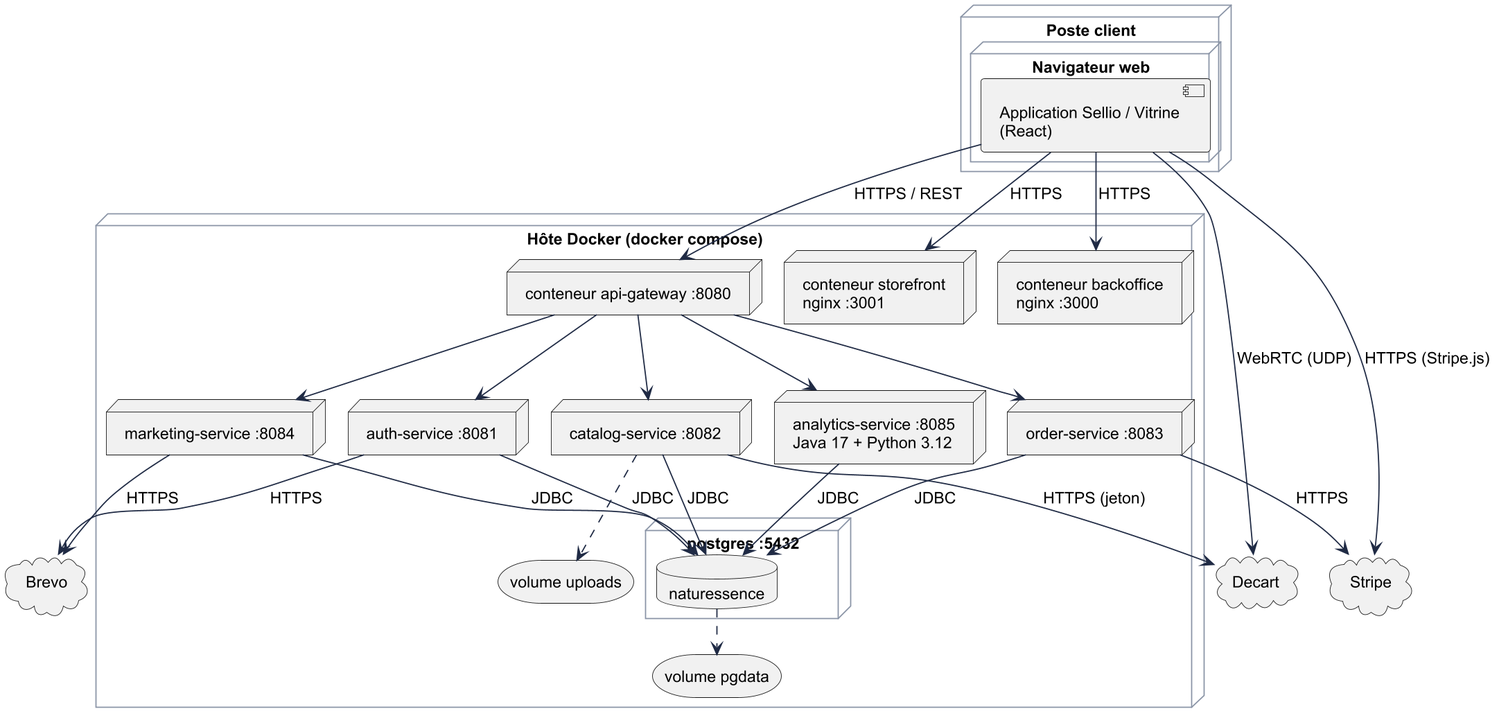
Before: Rapport_rania/Image/architecture_physique.png, a diagram exported from PlantUML (raniakhedri/Stage-PFE). The source it was exported from:
```plantuml
@startuml architecture_physique
!include style.iuml
node "Poste client" {
  node "Navigateur web" {
    [Application Sellio / Vitrine\n(React)] as B
  }
}
node "Hôte Docker (docker compose)" {
  node "conteneur storefront\nnginx :3001" as SF
  node "conteneur backoffice\nnginx :3000" as BO
  node "conteneur api-gateway :8080" as GW
  node "auth-service :8081" as A
  node "catalog-service :8082" as C
  node "order-service :8083" as O
  node "marketing-service :8084" as M
  node "analytics-service :8085\nJava 17 + Python 3.12" as AN
  node "postgres :5432" as PG {
    database "naturessence" as DB
  }
  storage "volume pgdata" as V1
  storage "volume uploads" as V2
}
cloud "Stripe" as ST
cloud "Decart" as DC
cloud "Brevo" as BR
B --> SF : HTTPS
B --> BO : HTTPS
B --> GW : HTTPS / REST
B --> ST : HTTPS (Stripe.js)
B --> DC : WebRTC (UDP)
GW --> A
GW --> C
GW --> O
GW --> M
GW --> AN
A --> DB : JDBC
C --> DB : JDBC
O --> DB : JDBC
M --> DB : JDBC
AN --> DB : JDBC
DB ..> V1
C ..> V2
O --> ST : HTTPS
C --> DC : HTTPS (jeton)
A --> BR : HTTPS
M --> BR : HTTPS
@enduml
```
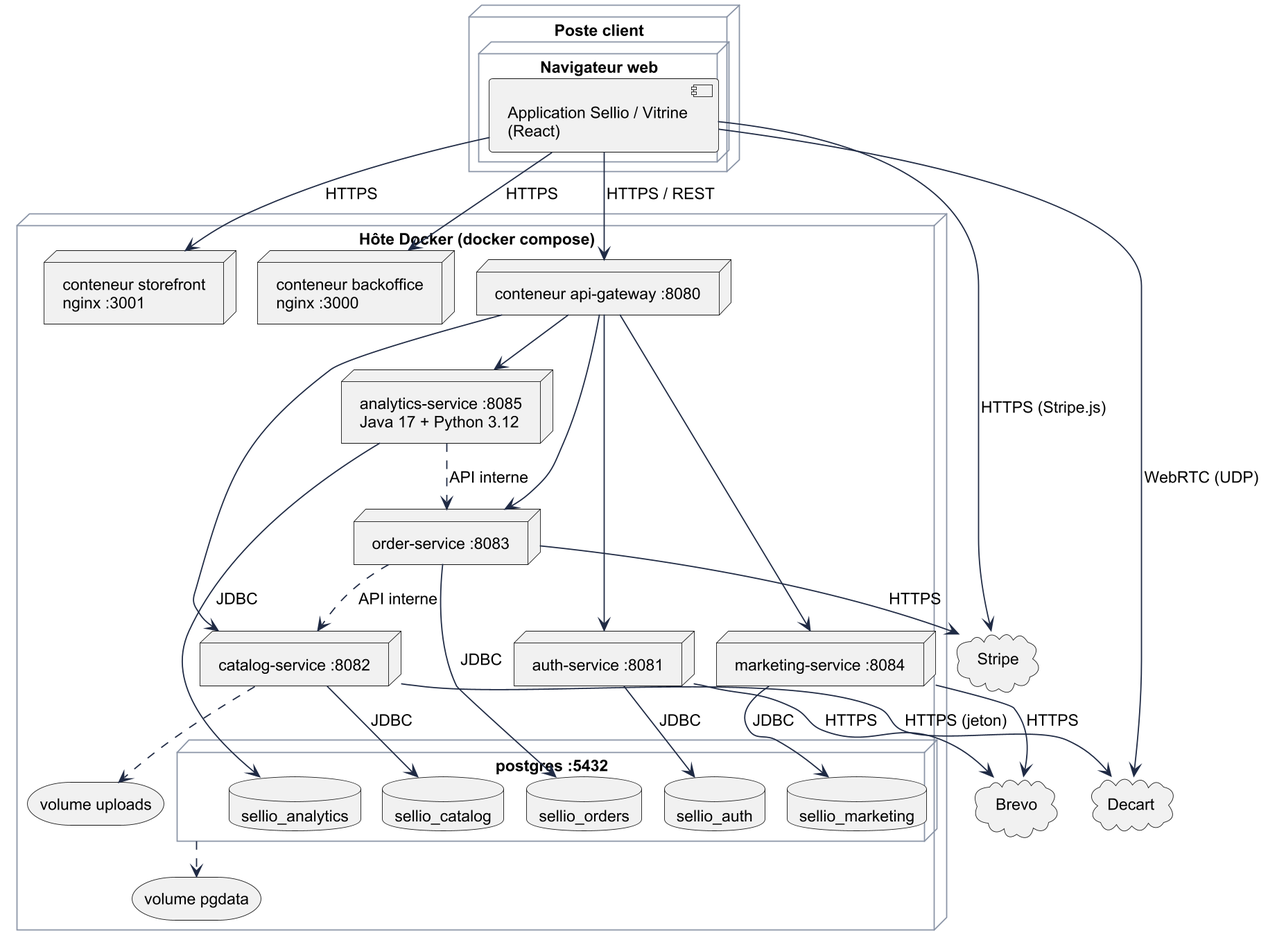
Later version of the same file.

What changed in the source:
```diff
@@ -15,7 +15,11 @@
   node "marketing-service :8084" as M
   node "analytics-service :8085\nJava 17 + Python 3.12" as AN
   node "postgres :5432" as PG {
-    database "naturessence" as DB
+    database "sellio_auth" as DBA
+    database "sellio_catalog" as DBC
+    database "sellio_orders" as DBO
+    database "sellio_marketing" as DBM
+    database "sellio_analytics" as DBN
   }
   storage "volume pgdata" as V1
   storage "volume uploads" as V2
@@ -33,12 +37,14 @@
 GW --> O
 GW --> M
 GW --> AN
-A --> DB : JDBC
-C --> DB : JDBC
-O --> DB : JDBC
-M --> DB : JDBC
-AN --> DB : JDBC
-DB ..> V1
+A --> DBA : JDBC
+C --> DBC : JDBC
+O --> DBO : JDBC
+M --> DBM : JDBC
+AN --> DBN : JDBC
+O ..> C : API interne
+AN ..> O : API interne
+PG ..> V1
 C ..> V2
 O --> ST : HTTPS
 C --> DC : HTTPS (jeton)
```
